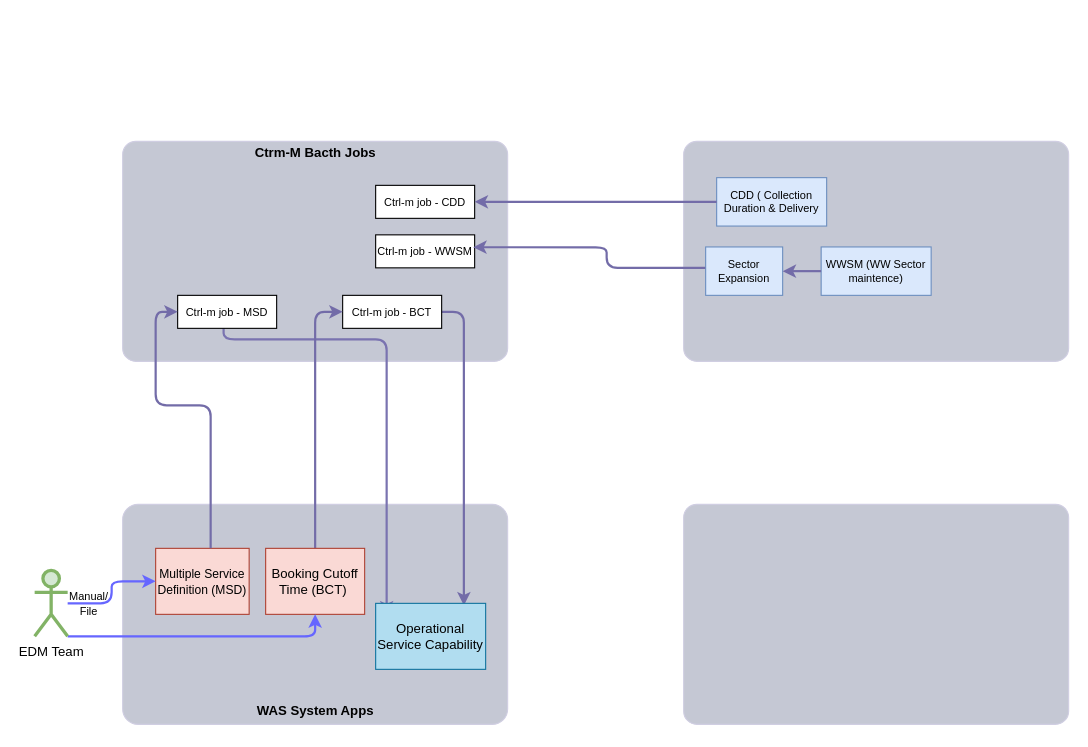
Str4nge/Draw_io keeps this draw.io diagram as Diagram/OSC_arch.drawio. Above is the earlier version. Source tidied: cells renumbered, new cells numbered last; positions are measured from the earlier drawing's top-left corner, leaving out a move shared by most shapes. Both pictures are drawn from the tidied source at 110%, with x=0, y=0 at pixel (34, 136).
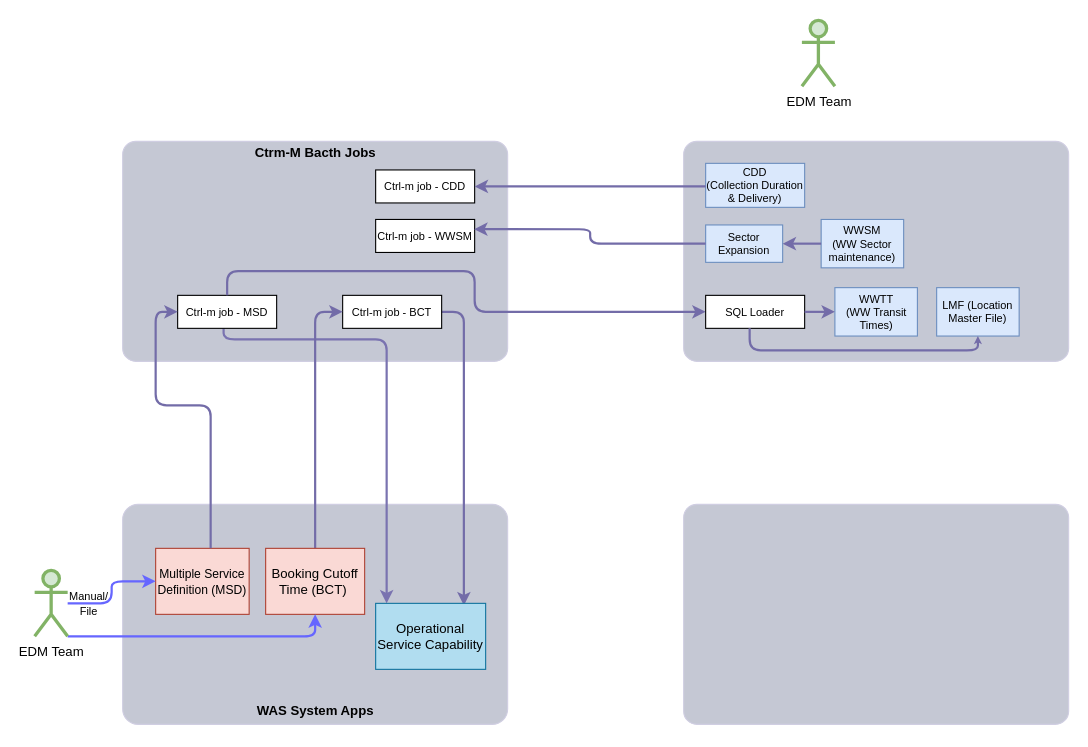
The same page after the edit.

The change refers to these unchanged cells:
```xml
<mxCell id="11" value="&lt;font style=&quot;font-size: 10px;&quot;&gt;Ctrl-m job - MSD&lt;/font&gt;" style="rounded=0;whiteSpace=wrap;html=1;" parent="1" vertex="1">
  <mxGeometry x="130" y="144" width="90" height="30" as="geometry" />
</mxCell>
<mxCell id="15" value="Operational Service Capability" style="rounded=0;whiteSpace=wrap;html=1;strokeColor=#10739e;fillColor=#b1ddf0;" parent="1" vertex="1">
  <mxGeometry x="310" y="424" width="100" height="60" as="geometry" />
</mxCell>
```

Change to the diagram source:
```diff
@@
     <mxCell id="6" value="&lt;font style=&quot;font-size: 10px;&quot;&gt;Ctrl-m job - CDD&lt;/font&gt;" style="rounded=0;whiteSpace=wrap;html=1;" parent="1" vertex="1">
-      <mxGeometry x="310" y="44" width="90" height="30" as="geometry" />
+      <mxGeometry x="310" y="30" width="90" height="30" as="geometry" />
     </mxCell>
     <mxCell id="7" value="&lt;font style=&quot;font-size: 10px;&quot;&gt;Ctrl-m job - WWSM&lt;br&gt;&lt;/font&gt;" style="rounded=0;whiteSpace=wrap;html=1;" parent="1" vertex="1">
-      <mxGeometry x="310" y="89" width="90" height="30" as="geometry" />
+      <mxGeometry x="310" y="75" width="90" height="30" as="geometry" />
     </mxCell>
@@
-    <mxCell id="10" style="edgeStyle=orthogonalEdgeStyle;rounded=1;jettySize=auto;html=1;strokeColor=#7a73b0;exitX=0.464;exitY=0.965;exitDx=0;exitDy=0;exitPerimeter=0;strokeWidth=2;targetPerimeterSpacing=-10;jumpSize=6;" parent="1" edge="1" source="11" target="15">
+    <mxCell id="10" style="edgeStyle=orthogonalEdgeStyle;rounded=1;jettySize=auto;html=1;strokeColor=#7a73b0;exitX=0.464;exitY=0.965;exitDx=0;exitDy=0;exitPerimeter=0;strokeWidth=2;targetPerimeterSpacing=0;jumpSize=6;" parent="1" edge="1" source="11" target="15">
       <mxGeometry relative="1" as="geometry">
         <Array as="points">
           <mxPoint x="172" y="184" />
           <mxPoint x="320" y="184" />
         </Array>
       </mxGeometry>
     </mxCell>
@@
-    <mxCell id="23" value="CDD ( Collection Duration &amp;amp; Delivery&lt;br style=&quot;font-size: 10px;&quot;&gt;" style="rounded=0;whiteSpace=wrap;html=1;fillColor=#dae8fc;strokeColor=#6c8ebf;fontSize=10;" parent="1" vertex="1">
-      <mxGeometry x="620" y="37" width="100" height="44" as="geometry" />
+    <mxCell id="23" value="CDD &lt;br&gt;(Collection Duration &amp;amp; Delivery)" style="rounded=0;whiteSpace=wrap;html=1;fillColor=#dae8fc;strokeColor=#6c8ebf;fontSize=10;" parent="1" vertex="1">
+      <mxGeometry x="610" y="24" width="90" height="40" as="geometry" />
     </mxCell>
     <mxCell id="24" value="Sector Expansion" style="rounded=0;whiteSpace=wrap;html=1;fillColor=#dae8fc;strokeColor=#6c8ebf;fontSize=10;" parent="1" vertex="1">
-      <mxGeometry x="610" y="100" width="70" height="44" as="geometry" />
+      <mxGeometry x="610" y="80" width="70" height="34" as="geometry" />
     </mxCell>
-    <mxCell id="25" style="edgeStyle=orthogonalEdgeStyle;rounded=1;jettySize=auto;html=1;strokeColor=#736CA8;fontColor=#1A1A1A;jumpStyle=arc;strokeWidth=2;entryX=1;entryY=0.5;entryDx=0;entryDy=0;targetPerimeterSpacing=-10;" parent="1" edge="1" source="23" target="6">
+    <mxCell id="25" style="edgeStyle=orthogonalEdgeStyle;rounded=1;jettySize=auto;html=1;strokeColor=#736CA8;fontColor=#1A1A1A;jumpStyle=arc;strokeWidth=2;entryX=1;entryY=0.5;entryDx=0;entryDy=0;targetPerimeterSpacing=-10;" parent="1" edge="1" target="6">
       <mxGeometry relative="1" as="geometry">
+        <mxPoint x="610" y="45" as="sourcePoint" />
         <Array as="points">
-          <mxPoint x="590" y="59" />
-          <mxPoint x="590" y="59" />
+          <mxPoint x="590" y="45" />
+          <mxPoint x="590" y="45" />
         </Array>
       </mxGeometry>
     </mxCell>
-    <mxCell id="26" style="edgeStyle=orthogonalEdgeStyle;rounded=1;jettySize=auto;html=1;strokeColor=#736CA8;fontColor=#1A1A1A;jumpStyle=arc;strokeWidth=2;entryX=0.986;entryY=0.375;entryDx=0;entryDy=0;entryPerimeter=0;exitX=-0.005;exitY=0.434;exitDx=0;exitDy=0;exitPerimeter=0;targetPerimeterSpacing=-10;" parent="1" edge="1" source="24" target="7">
-      <mxGeometry relative="1" as="geometry">
-        <Array as="points">
-          <mxPoint x="520" y="119" />
-          <mxPoint x="520" y="100" />
-        </Array>
-      </mxGeometry>
+    <mxCell id="26" style="edgeStyle=orthogonalEdgeStyle;rounded=1;jettySize=auto;html=1;strokeColor=#736CA8;fontColor=#1A1A1A;jumpStyle=arc;strokeWidth=2;exitX=0;exitY=0.5;exitDx=0;exitDy=0;targetPerimeterSpacing=-10;entryX=0.995;entryY=0.296;entryDx=0;entryDy=0;entryPerimeter=0;" parent="1" edge="1" source="24" target="7">
+      <mxGeometry relative="1" as="geometry" />
     </mxCell>
-    <mxCell id="27" value="WWSM (WW Sector maintence)" style="rounded=0;whiteSpace=wrap;html=1;fillColor=#dae8fc;strokeColor=#6c8ebf;fontSize=10;" parent="1" vertex="1">
-      <mxGeometry x="715" y="100" width="100" height="44" as="geometry" />
+    <mxCell id="27" value="WWSM &lt;br&gt;(WW Sector maintenance)" style="rounded=0;whiteSpace=wrap;html=1;fillColor=#dae8fc;strokeColor=#6c8ebf;fontSize=10;" parent="1" vertex="1">
+      <mxGeometry x="715" y="75" width="75" height="44" as="geometry" />
     </mxCell>
-    <mxCell id="28" style="edgeStyle=orthogonalEdgeStyle;rounded=1;jettySize=auto;html=1;strokeColor=#736CA8;fontColor=#1A1A1A;jumpStyle=arc;strokeWidth=2;entryX=1;entryY=0.5;entryDx=0;entryDy=0;targetPerimeterSpacing=0;" parent="1" edge="1" target="24">
+    <mxCell id="28" style="edgeStyle=orthogonalEdgeStyle;rounded=1;jettySize=auto;html=1;strokeColor=#736CA8;fontColor=#1A1A1A;jumpStyle=arc;strokeWidth=2;entryX=1;entryY=0.5;entryDx=0;entryDy=0;targetPerimeterSpacing=0;exitX=0;exitY=0.5;exitDx=0;exitDy=0;" parent="1" edge="1" source="27" target="24">
       <mxGeometry relative="1" as="geometry">
-        <mxPoint x="715" y="122" as="sourcePoint" />
         <Array as="points">
-          <mxPoint x="700" y="122" />
-          <mxPoint x="700" y="122" />
+          <mxPoint x="700" y="97" />
+          <mxPoint x="700" y="97" />
         </Array>
       </mxGeometry>
     </mxCell>
+    <mxCell id="29" value="WWTT &lt;br&gt;(WW Transit Times)" style="rounded=0;whiteSpace=wrap;html=1;fillColor=#dae8fc;strokeColor=#6c8ebf;fontSize=10;" parent="1" vertex="1">
+      <mxGeometry x="727.5" y="137" width="75" height="44" as="geometry" />
+    </mxCell>
+    <mxCell id="30" style="edgeStyle=orthogonalEdgeStyle;rounded=1;jettySize=auto;html=1;strokeColor=#736CA8;fontColor=#1A1A1A;jumpStyle=arc;strokeWidth=2;exitX=0.5;exitY=0;exitDx=0;exitDy=0;targetPerimeterSpacing=-10;entryX=0;entryY=0.5;entryDx=0;entryDy=0;" parent="1" edge="1" source="11" target="31">
+      <mxGeometry relative="1" as="geometry">
+        <Array as="points">
+          <mxPoint x="175" y="122" />
+          <mxPoint x="400" y="122" />
+          <mxPoint x="400" y="159" />
+        </Array>
+      </mxGeometry>
+    </mxCell>
+    <mxCell id="31" value="&lt;font style=&quot;font-size: 10px;&quot;&gt;SQL Loader&lt;br&gt;&lt;/font&gt;" style="rounded=0;whiteSpace=wrap;html=1;" parent="1" vertex="1">
+      <mxGeometry x="610" y="144" width="90" height="30" as="geometry" />
+    </mxCell>
+    <mxCell id="32" value="LMF (Location Master File)" style="rounded=0;whiteSpace=wrap;html=1;fillColor=#dae8fc;strokeColor=#6c8ebf;fontSize=10;" parent="1" vertex="1">
+      <mxGeometry x="820" y="137" width="75" height="44" as="geometry" />
+    </mxCell>
+    <mxCell id="33" style="edgeStyle=orthogonalEdgeStyle;rounded=1;jettySize=auto;html=1;strokeColor=#736CA8;fontColor=#1A1A1A;jumpStyle=arc;strokeWidth=2;targetPerimeterSpacing=0;entryX=0.5;entryY=1;entryDx=0;entryDy=0;endSize=1;" parent="1" edge="1" target="32">
+      <mxGeometry relative="1" as="geometry">
+        <mxPoint x="650" y="174" as="sourcePoint" />
+        <Array as="points">
+          <mxPoint x="650" y="194" />
+          <mxPoint x="858" y="194" />
+        </Array>
+      </mxGeometry>
+    </mxCell>
+    <mxCell id="34" style="edgeStyle=orthogonalEdgeStyle;rounded=1;jettySize=auto;html=1;strokeColor=#736CA8;fontColor=#1A1A1A;jumpStyle=arc;strokeWidth=2;entryX=0;entryY=0.5;entryDx=0;entryDy=0;targetPerimeterSpacing=0;exitX=1;exitY=0.5;exitDx=0;exitDy=0;" parent="1" edge="1" source="31" target="29">
+      <mxGeometry relative="1" as="geometry" />
+    </mxCell>
+    <mxCell id="35" value="EDM Team" style="shape=umlActor;verticalLabelPosition=bottom;verticalAlign=top;html=1;fillColor=#d5e8d4;strokeColor=#82b366;strokeWidth=3;" parent="1" vertex="1">
+      <mxGeometry x="697.5" y="-106" width="30" height="60" as="geometry" />
+    </mxCell>
```
